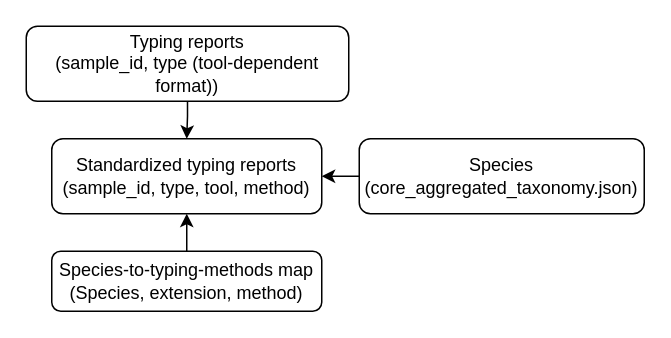
NMRL/Ardetype keeps this draw.io diagram as notes/specific_typing_extraction_plan.drawio. Above is the earlier version. Source tidied: cells renumbered, new cells numbered last; positions are measured from the earlier drawing's top-left corner, leaving out a move shared by most shapes. Both pictures are drawn from the tidied source at 150%, with x=0, y=0 at pixel (26, 26).
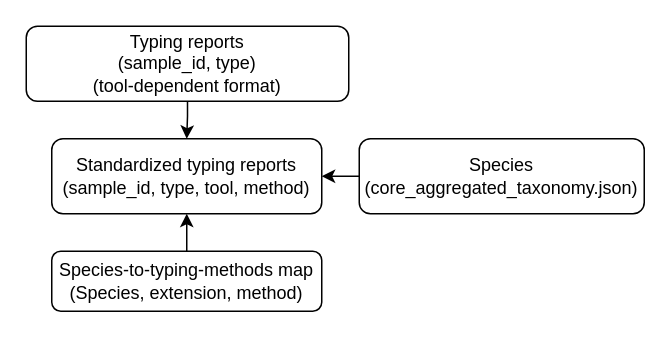
After the change.

Change to the diagram source:
```diff
@@
 <mxGraphModel>
   <root>
     <mxCell id="0" />
     <mxCell id="1" parent="0" />
     <mxCell id="2" style="edgeStyle=orthogonalEdgeStyle;rounded=0;jettySize=auto;html=1;exitX=0;exitY=0.5;exitDx=0;exitDy=0;entryX=1;entryY=0.5;entryDx=0;entryDy=0;" parent="1" edge="1" source="3" target="8">
       <mxGeometry relative="1" as="geometry" />
     </mxCell>
     <mxCell id="3" value="&lt;div&gt;Species&lt;/div&gt;&lt;div&gt;(core_aggregated_taxonomy.json)&lt;/div&gt;" style="rounded=1;whiteSpace=wrap;html=1;" parent="1" vertex="1">
       <mxGeometry x="222" y="75" width="190" height="50" as="geometry" />
     </mxCell>
     <mxCell id="4" style="edgeStyle=orthogonalEdgeStyle;rounded=0;jettySize=auto;html=1;exitX=0.5;exitY=0;exitDx=0;exitDy=0;entryX=0.5;entryY=1;entryDx=0;entryDy=0;" parent="1" edge="1" source="5" target="8">
       <mxGeometry relative="1" as="geometry" />
     </mxCell>
     <mxCell id="5" value="&lt;div&gt;Species-to-typing-methods map&lt;/div&gt;&lt;div&gt;(Species, extension, method)&lt;br&gt;&lt;/div&gt;" style="rounded=1;whiteSpace=wrap;html=1;" parent="1" vertex="1">
       <mxGeometry x="17" y="150" width="180" height="40" as="geometry" />
     </mxCell>
     <mxCell id="6" style="edgeStyle=orthogonalEdgeStyle;rounded=0;jettySize=auto;html=1;exitX=0.5;exitY=1;exitDx=0;exitDy=0;entryX=0.5;entryY=0;entryDx=0;entryDy=0;" parent="1" edge="1" source="7" target="8">
       <mxGeometry relative="1" as="geometry">
         <Array as="points">
           <mxPoint x="107" y="60" />
           <mxPoint x="107" y="60" />
         </Array>
       </mxGeometry>
     </mxCell>
-    <mxCell id="7" value="&lt;div&gt;Typing reports&lt;/div&gt;&lt;div&gt;(sample_id, type (tool-dependent format))&lt;br&gt;&lt;/div&gt;" style="rounded=1;whiteSpace=wrap;html=1;" parent="1" vertex="1">
+    <mxCell id="7" value="&lt;div&gt;Typing reports&lt;/div&gt;&lt;div&gt;(sample_id, type)&lt;/div&gt;&lt;div&gt;(tool-dependent format)&lt;/div&gt;" style="rounded=1;whiteSpace=wrap;html=1;" parent="1" vertex="1">
       <mxGeometry width="215" height="50" as="geometry" />
     </mxCell>
     <mxCell id="8" value="&lt;div&gt;Standardized typing reports&lt;/div&gt;&lt;div&gt;(sample_id, type, tool, method)&lt;br&gt;&lt;/div&gt;" style="rounded=1;whiteSpace=wrap;html=1;" parent="1" vertex="1">
       <mxGeometry x="17" y="75" width="180" height="50" as="geometry" />
     </mxCell>
   </root>
 </mxGraphModel>
```
